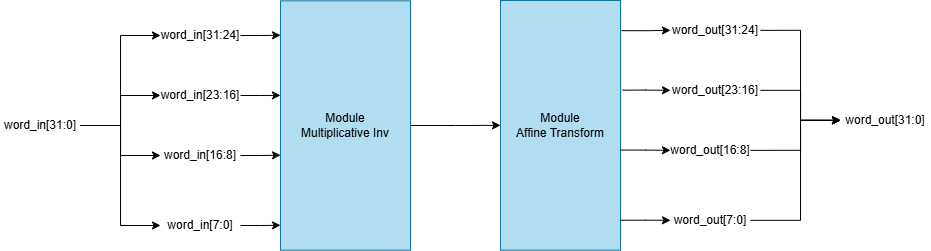
Before: media/SubWord Low.png, a diagram exported from draw.io (LQLManZz/AES128-Verilog). Source tidied: cells renumbered, new cells last; positions are measured from the earlier drawing's top-left corner, leaving out a move shared by most shapes.
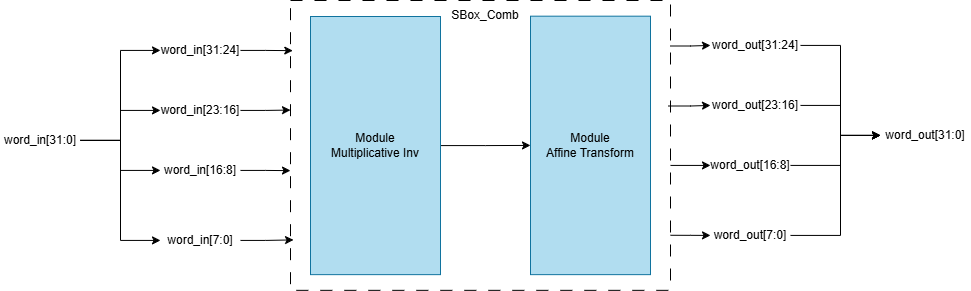
After the change.

What changed in the source:
```diff
@@ -15,89 +15,98 @@
       <mxGeometry relative="1" as="geometry" />
     </mxCell>
     <mxCell id="6" value="word_in[31:0]" style="text;html=1;whiteSpace=wrap;strokeColor=none;fillColor=none;align=center;verticalAlign=middle;rounded=0;" parent="1" vertex="1">
-      <mxGeometry y="110" width="80" height="30" as="geometry" />
+      <mxGeometry x="-30" y="104.9" width="80" height="30" as="geometry" />
     </mxCell>
     <mxCell id="7" value="word_in[31:24]" style="text;html=1;whiteSpace=wrap;strokeColor=none;fillColor=none;align=center;verticalAlign=middle;rounded=0;" parent="1" vertex="1">
-      <mxGeometry x="160" y="20" width="80" height="30" as="geometry" />
+      <mxGeometry x="130" y="14.9" width="80" height="30" as="geometry" />
     </mxCell>
     <mxCell id="8" value="word_in[23:16]" style="text;html=1;whiteSpace=wrap;strokeColor=none;fillColor=none;align=center;verticalAlign=middle;rounded=0;" parent="1" vertex="1">
-      <mxGeometry x="160" y="80" width="80" height="30" as="geometry" />
+      <mxGeometry x="130" y="74.9" width="80" height="30" as="geometry" />
     </mxCell>
     <mxCell id="9" value="word_in[16:8]" style="text;html=1;whiteSpace=wrap;strokeColor=none;fillColor=none;align=center;verticalAlign=middle;rounded=0;" parent="1" vertex="1">
-      <mxGeometry x="160" y="140" width="80" height="30" as="geometry" />
+      <mxGeometry x="130" y="134.9" width="80" height="30" as="geometry" />
     </mxCell>
     <mxCell id="10" value="word_in[7:0]" style="text;html=1;whiteSpace=wrap;strokeColor=none;fillColor=none;align=center;verticalAlign=middle;rounded=0;" parent="1" vertex="1">
-      <mxGeometry x="160" y="210" width="80" height="30" as="geometry" />
+      <mxGeometry x="130" y="204.9" width="80" height="30" as="geometry" />
     </mxCell>
     <mxCell id="11" value="word_out[31:0]" style="text;html=1;whiteSpace=wrap;strokeColor=none;fillColor=none;align=center;verticalAlign=middle;rounded=0;flipV=1;legacyAnchorPoints=0;flipH=0;" parent="1" vertex="1">
-      <mxGeometry x="840" y="104.8" width="90" height="30" as="geometry" />
+      <mxGeometry x="850" y="99.9" width="90" height="30" as="geometry" />
     </mxCell>
     <mxCell id="12" style="edgeStyle=orthogonalEdgeStyle;rounded=0;jettySize=auto;html=1;exitX=1;exitY=0.5;exitDx=0;exitDy=0;entryX=0;entryY=0.5;entryDx=0;entryDy=0;" parent="1" edge="1" source="13" target="11">
       <mxGeometry relative="1" as="geometry" />
     </mxCell>
     <mxCell id="13" value="word_out[31:24]" style="text;html=1;whiteSpace=wrap;strokeColor=none;fillColor=none;align=center;verticalAlign=middle;rounded=0;flipV=1;legacyAnchorPoints=0;flipH=0;" parent="1" vertex="1">
-      <mxGeometry x="670" y="14.8" width="90" height="30" as="geometry" />
+      <mxGeometry x="680" y="9.9" width="90" height="30" as="geometry" />
     </mxCell>
     <mxCell id="14" style="edgeStyle=orthogonalEdgeStyle;rounded=0;jettySize=auto;html=1;exitX=1;exitY=0.5;exitDx=0;exitDy=0;entryX=0;entryY=0.5;entryDx=0;entryDy=0;" parent="1" edge="1" source="15" target="11">
       <mxGeometry relative="1" as="geometry" />
     </mxCell>
     <mxCell id="15" value="word_out[23:16]" style="text;html=1;whiteSpace=wrap;strokeColor=none;fillColor=none;align=center;verticalAlign=middle;rounded=0;flipV=1;legacyAnchorPoints=0;flipH=0;" parent="1" vertex="1">
-      <mxGeometry x="670" y="74.8" width="90" height="30" as="geometry" />
+      <mxGeometry x="680" y="69.9" width="90" height="30" as="geometry" />
     </mxCell>
     <mxCell id="16" style="edgeStyle=orthogonalEdgeStyle;rounded=0;jettySize=auto;html=1;exitX=1;exitY=0.5;exitDx=0;exitDy=0;entryX=0;entryY=0.5;entryDx=0;entryDy=0;" parent="1" edge="1" source="17" target="11">
       <mxGeometry relative="1" as="geometry">
         <Array as="points">
-          <mxPoint x="800" y="149.8" />
-          <mxPoint x="800" y="119.8" />
+          <mxPoint x="810" y="144.9" />
+          <mxPoint x="810" y="114.9" />
         </Array>
       </mxGeometry>
     </mxCell>
     <mxCell id="17" value="word_out[16:8]" style="text;html=1;whiteSpace=wrap;strokeColor=none;fillColor=none;align=center;verticalAlign=middle;rounded=0;flipV=1;legacyAnchorPoints=0;flipH=0;" parent="1" vertex="1">
-      <mxGeometry x="670" y="134.8" width="80" height="30" as="geometry" />
+      <mxGeometry x="680" y="129.9" width="80" height="30" as="geometry" />
     </mxCell>
     <mxCell id="18" style="edgeStyle=orthogonalEdgeStyle;rounded=0;jettySize=auto;html=1;exitX=1;exitY=0.5;exitDx=0;exitDy=0;entryX=0;entryY=0.5;entryDx=0;entryDy=0;" parent="1" edge="1" source="19" target="11">
       <mxGeometry relative="1" as="geometry">
         <Array as="points">
-          <mxPoint x="800" y="219.8" />
-          <mxPoint x="800" y="119.8" />
+          <mxPoint x="810" y="214.9" />
+          <mxPoint x="810" y="114.9" />
         </Array>
       </mxGeometry>
     </mxCell>
     <mxCell id="19" value="word_out[7:0]" style="text;html=1;whiteSpace=wrap;strokeColor=none;fillColor=none;align=center;verticalAlign=middle;rounded=0;flipV=1;legacyAnchorPoints=0;flipH=0;" parent="1" vertex="1">
-      <mxGeometry x="670" y="204.8" width="80" height="30" as="geometry" />
+      <mxGeometry x="680" y="199.9" width="80" height="30" as="geometry" />
     </mxCell>
+    <mxCell id="31" style="group;" parent="1" vertex="1">
+      <mxGeometry x="260" y="-20" width="380" height="289.8" as="geometry" />
+    </mxCell>
+    <mxCell id="32" style="whiteSpace=wrap;html=1;dashed=1;dashPattern=12 12;" parent="31" vertex="1">
+      <mxGeometry width="380" height="289.8" as="geometry" />
+    </mxCell>
-    <mxCell id="20" style="edgeStyle=orthogonalEdgeStyle;rounded=0;jettySize=auto;html=1;exitX=1;exitY=0.5;exitDx=0;exitDy=0;entryX=0;entryY=0.5;entryDx=0;entryDy=0;curved=0;" parent="1" edge="1" source="21" target="22">
+    <mxCell id="20" style="edgeStyle=orthogonalEdgeStyle;rounded=0;jettySize=auto;html=1;exitX=1;exitY=0.5;exitDx=0;exitDy=0;entryX=0;entryY=0.5;entryDx=0;entryDy=0;" parent="31" edge="1" source="21" target="22">
       <mxGeometry relative="1" as="geometry" />
     </mxCell>
-    <mxCell id="21" value="Module&lt;br&gt;Multiplicative Inv" style="rounded=0;whiteSpace=wrap;html=1;fillColor=#b1ddf0;strokeColor=#10739e;" parent="1" vertex="1">
-      <mxGeometry x="280" y="0.3" width="130" height="249.4" as="geometry" />
+    <mxCell id="21" value="Module&lt;br&gt;Multiplicative Inv" style="rounded=0;whiteSpace=wrap;html=1;fillColor=#b1ddf0;strokeColor=#10739e;" parent="31" vertex="1">
+      <mxGeometry x="20" y="16" width="130" height="258.1" as="geometry" />
     </mxCell>
-    <mxCell id="22" value="Module&lt;br&gt;Affine Transform" style="rounded=0;whiteSpace=wrap;html=1;fillColor=#b1ddf0;strokeColor=#10739e;" parent="1" vertex="1">
-      <mxGeometry x="500" width="120" height="249.7" as="geometry" />
+    <mxCell id="22" value="Module&lt;br&gt;Affine Transform" style="rounded=0;whiteSpace=wrap;html=1;fillColor=#b1ddf0;strokeColor=#10739e;" parent="31" vertex="1">
+      <mxGeometry x="240" y="15.7" width="120" height="258.5" as="geometry" />
     </mxCell>
-    <mxCell id="23" style="edgeStyle=orthogonalEdgeStyle;rounded=0;jettySize=auto;html=1;exitX=1;exitY=0.5;exitDx=0;exitDy=0;entryX=0;entryY=0.138;entryDx=0;entryDy=0;entryPerimeter=0;" parent="1" edge="1" source="7" target="21">
-      <mxGeometry relative="1" as="geometry" />
-    </mxCell>
-    <mxCell id="24" style="edgeStyle=orthogonalEdgeStyle;rounded=0;jettySize=auto;html=1;exitX=1;exitY=0.5;exitDx=0;exitDy=0;entryX=0;entryY=0.379;entryDx=0;entryDy=0;entryPerimeter=0;" parent="1" edge="1" source="8" target="21">
-      <mxGeometry relative="1" as="geometry" />
-    </mxCell>
-    <mxCell id="25" style="edgeStyle=orthogonalEdgeStyle;rounded=0;jettySize=auto;html=1;exitX=1;exitY=0.5;exitDx=0;exitDy=0;entryX=0;entryY=0.619;entryDx=0;entryDy=0;entryPerimeter=0;" parent="1" edge="1" source="9" target="21">
-      <mxGeometry relative="1" as="geometry" />
-    </mxCell>
-    <mxCell id="26" style="edgeStyle=orthogonalEdgeStyle;rounded=0;jettySize=auto;html=1;exitX=1;exitY=0.5;exitDx=0;exitDy=0;entryX=0;entryY=0.9;entryDx=0;entryDy=0;entryPerimeter=0;" parent="1" edge="1" source="10" target="21">
-      <mxGeometry relative="1" as="geometry" />
-    </mxCell>
-    <mxCell id="27" style="edgeStyle=orthogonalEdgeStyle;rounded=0;jettySize=auto;html=1;exitX=1;exitY=0.599;exitDx=0;exitDy=0;entryX=0;entryY=0.5;entryDx=0;entryDy=0;exitPerimeter=0;" parent="1" edge="1" source="22" target="17">
-      <mxGeometry relative="1" as="geometry" />
-    </mxCell>
-    <mxCell id="28" style="edgeStyle=orthogonalEdgeStyle;rounded=0;jettySize=auto;html=1;exitX=1;exitY=0.88;exitDx=0;exitDy=0;entryX=0;entryY=0.5;entryDx=0;entryDy=0;exitPerimeter=0;" parent="1" edge="1" source="22" target="19">
-      <mxGeometry relative="1" as="geometry" />
-    </mxCell>
-    <mxCell id="29" style="edgeStyle=orthogonalEdgeStyle;rounded=0;jettySize=auto;html=1;exitX=1.008;exitY=0.121;exitDx=0;exitDy=0;entryX=0;entryY=0.5;entryDx=0;entryDy=0;exitPerimeter=0;" parent="1" edge="1" source="22" target="13">
-      <mxGeometry relative="1" as="geometry" />
-    </mxCell>
-    <mxCell id="30" style="edgeStyle=orthogonalEdgeStyle;rounded=0;jettySize=auto;html=1;exitX=1.017;exitY=0.359;exitDx=0;exitDy=0;entryX=0;entryY=0.5;entryDx=0;entryDy=0;exitPerimeter=0;" parent="1" edge="1" source="22" target="15">
-      <mxGeometry relative="1" as="geometry" />
-    </mxCell>
+    <mxCell id="33" value="SBox_Comb" style="text;html=1;whiteSpace=wrap;strokeColor=none;fillColor=none;align=center;verticalAlign=middle;rounded=0;" parent="31" vertex="1">
+      <mxGeometry x="150" width="90" height="30" as="geometry" />
+    </mxCell>
+    <mxCell id="34" style="edgeStyle=orthogonalEdgeStyle;rounded=0;jettySize=auto;html=1;exitX=1;exitY=0.5;exitDx=0;exitDy=0;entryX=0.006;entryY=0.173;entryDx=0;entryDy=0;entryPerimeter=0;" parent="1" edge="1" source="7" target="32">
+      <mxGeometry relative="1" as="geometry" />
+    </mxCell>
+    <mxCell id="35" style="edgeStyle=orthogonalEdgeStyle;rounded=0;jettySize=auto;html=1;exitX=1;exitY=0.5;exitDx=0;exitDy=0;entryX=0;entryY=0.378;entryDx=0;entryDy=0;entryPerimeter=0;" parent="1" edge="1" source="8" target="32">
+      <mxGeometry relative="1" as="geometry" />
+    </mxCell>
+    <mxCell id="36" style="edgeStyle=orthogonalEdgeStyle;rounded=0;jettySize=auto;html=1;exitX=1;exitY=0.5;exitDx=0;exitDy=0;entryX=0;entryY=0.587;entryDx=0;entryDy=0;entryPerimeter=0;" parent="1" edge="1" source="9" target="32">
+      <mxGeometry relative="1" as="geometry" />
+    </mxCell>
+    <mxCell id="37" style="edgeStyle=orthogonalEdgeStyle;rounded=0;jettySize=auto;html=1;exitX=1;exitY=0.5;exitDx=0;exitDy=0;entryX=0.008;entryY=0.826;entryDx=0;entryDy=0;entryPerimeter=0;" parent="1" edge="1" source="10" target="32">
+      <mxGeometry relative="1" as="geometry" />
+    </mxCell>
+    <mxCell id="38" style="edgeStyle=orthogonalEdgeStyle;rounded=0;jettySize=auto;html=1;exitX=1;exitY=0.157;exitDx=0;exitDy=0;entryX=0;entryY=0.5;entryDx=0;entryDy=0;exitPerimeter=0;" parent="1" edge="1" source="32" target="13">
+      <mxGeometry relative="1" as="geometry" />
+    </mxCell>
+    <mxCell id="39" style="edgeStyle=orthogonalEdgeStyle;rounded=0;jettySize=auto;html=1;exitX=0.994;exitY=0.364;exitDx=0;exitDy=0;entryX=0;entryY=0.5;entryDx=0;entryDy=0;exitPerimeter=0;" parent="1" edge="1" source="32" target="15">
+      <mxGeometry relative="1" as="geometry" />
+    </mxCell>
+    <mxCell id="40" style="edgeStyle=orthogonalEdgeStyle;rounded=0;jettySize=auto;html=1;exitX=1;exitY=0.569;exitDx=0;exitDy=0;entryX=0;entryY=0.5;entryDx=0;entryDy=0;exitPerimeter=0;" parent="1" edge="1" source="32" target="17">
+      <mxGeometry relative="1" as="geometry" />
+    </mxCell>
+    <mxCell id="41" style="edgeStyle=orthogonalEdgeStyle;rounded=0;jettySize=auto;html=1;exitX=1;exitY=0.81;exitDx=0;exitDy=0;entryX=0;entryY=0.5;entryDx=0;entryDy=0;exitPerimeter=0;" parent="1" edge="1" source="32" target="19">
+      <mxGeometry relative="1" as="geometry" />
+    </mxCell>
   </root>
 </mxGraphModel>
```
